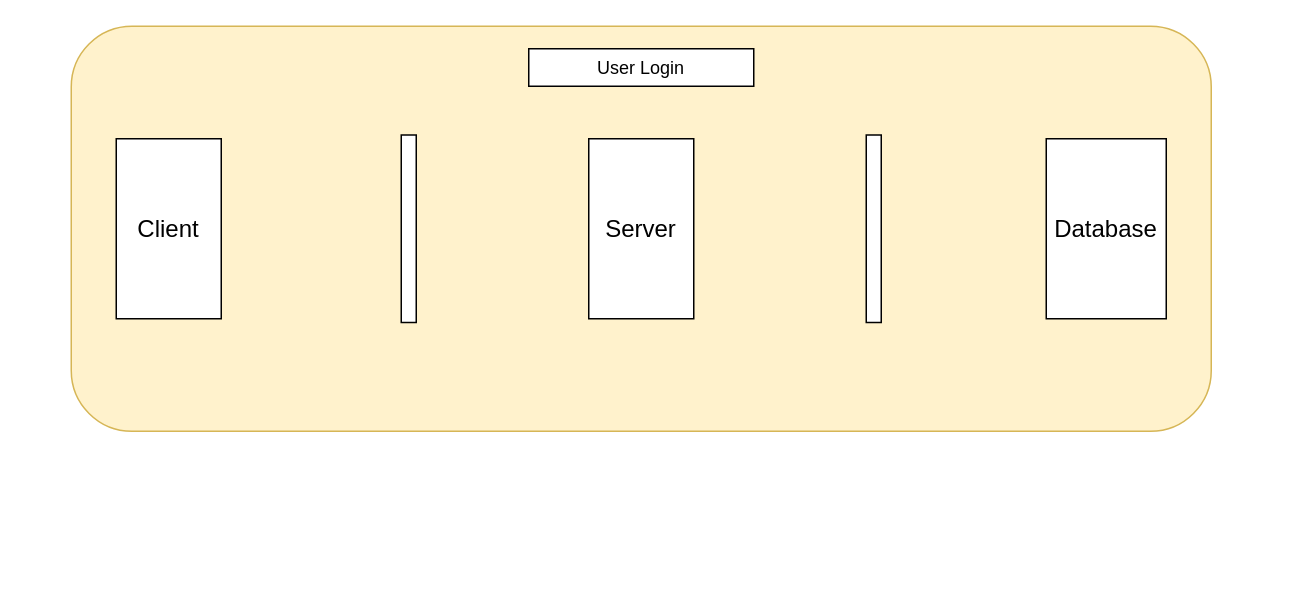
Before: Untitled Diagram.drawio in Bendavies96/T3A2-full-stack-app-part-a, a draw.io diagram. Source tidied: cells renumbered, new cells numbered last; positions are measured from the earlier drawing's top-left corner, leaving out a move shared by most shapes. Both pictures are drawn from the tidied source at 150%, with x=0, y=0 at pixel (70, 26).
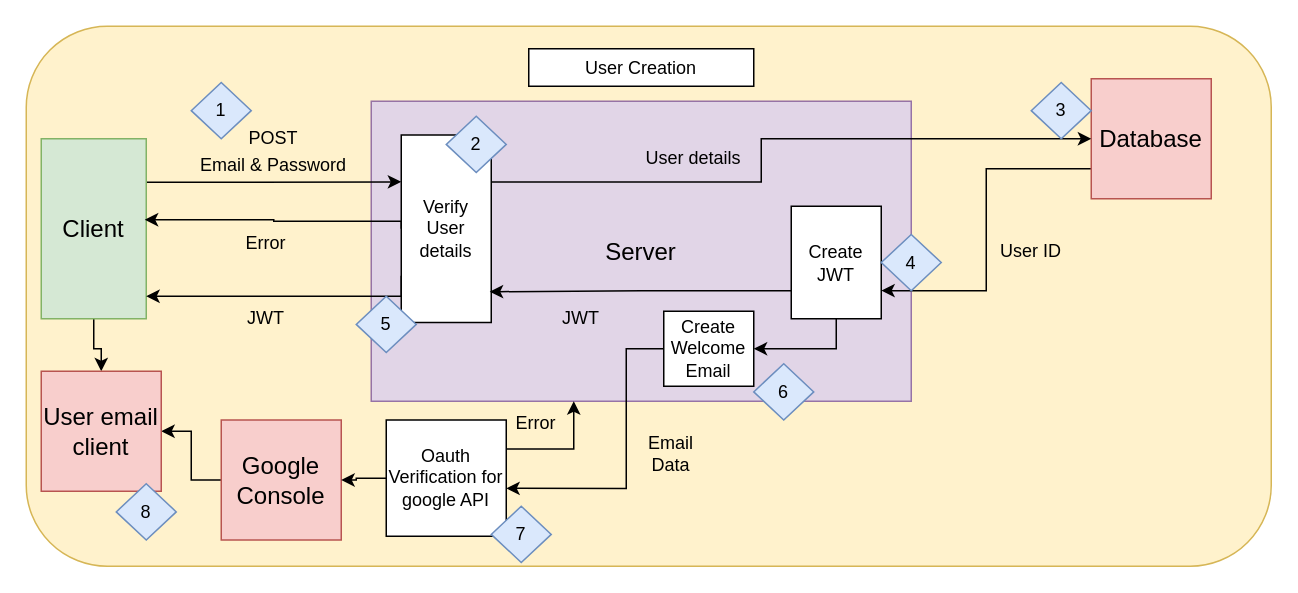
After the change.

What changed in the source:
```diff
@@
     <mxCell id="2" style="rounded=1;whiteSpace=wrap;html=1;fillColor=#fff2cc;strokeColor=#d6b656;" parent="1" vertex="1">
-      <mxGeometry width="760" height="270" as="geometry" />
+      <mxGeometry x="-30" width="830" height="360" as="geometry" />
     </mxCell>
+    <mxCell id="5" value="&lt;span style=&quot;font-size: 16px;&quot;&gt;Server&lt;/span&gt;" style="rounded=0;whiteSpace=wrap;html=1;fillColor=#e1d5e7;strokeColor=#9673a6;" parent="1" vertex="1">
+      <mxGeometry x="200" y="50" width="360" height="200" as="geometry" />
+    </mxCell>
+    <mxCell id="9" style="edgeStyle=orthogonalEdgeStyle;rounded=0;jettySize=auto;html=1;entryX=0;entryY=0.25;entryDx=0;entryDy=0;" parent="1" edge="1" source="3" target="7">
+      <mxGeometry relative="1" as="geometry">
+        <Array as="points">
+          <mxPoint x="90" y="104" />
+          <mxPoint x="90" y="104" />
+        </Array>
+      </mxGeometry>
+    </mxCell>
+    <mxCell id="10" style="edgeStyle=orthogonalEdgeStyle;rounded=0;jettySize=auto;html=1;" parent="1" edge="1" source="3" target="23">
+      <mxGeometry relative="1" as="geometry" />
+    </mxCell>
-    <mxCell id="3" value="&lt;span style=&quot;font-size: 16px;&quot;&gt;Client&lt;/span&gt;" style="rounded=0;whiteSpace=wrap;html=1;" parent="1" vertex="1">
-      <mxGeometry x="30" y="75" width="70" height="120" as="geometry" />
+    <mxCell id="3" value="&lt;span style=&quot;font-size: 16px;&quot;&gt;Client&lt;/span&gt;" style="rounded=0;whiteSpace=wrap;html=1;fillColor=#d5e8d4;strokeColor=#82b366;" parent="1" vertex="1">
+      <mxGeometry x="-20" y="75" width="70" height="120" as="geometry" />
     </mxCell>
-    <mxCell id="4" value="User Login" style="rounded=0;whiteSpace=wrap;html=1;" parent="1" vertex="1">
+    <mxCell id="4" value="User Creation" style="rounded=0;whiteSpace=wrap;html=1;" parent="1" vertex="1">
       <mxGeometry x="305" y="15" width="150" height="25" as="geometry" />
     </mxCell>
-    <mxCell id="5" value="&lt;span style=&quot;font-size: 16px;&quot;&gt;Server&lt;/span&gt;" style="rounded=0;whiteSpace=wrap;html=1;" parent="1" vertex="1">
-      <mxGeometry x="345" y="75" width="70" height="120" as="geometry" />
-    </mxCell>
+    <mxCell id="11" style="edgeStyle=orthogonalEdgeStyle;rounded=0;jettySize=auto;html=1;exitX=0;exitY=0.75;exitDx=0;exitDy=0;entryX=1;entryY=0.75;entryDx=0;entryDy=0;" parent="1" edge="1" source="6" target="8">
+      <mxGeometry relative="1" as="geometry" />
+    </mxCell>
-    <mxCell id="6" value="&lt;span style=&quot;font-size: 16px;&quot;&gt;Database&lt;/span&gt;" style="rounded=0;whiteSpace=wrap;html=1;" parent="1" vertex="1">
-      <mxGeometry x="650" y="75" width="80" height="120" as="geometry" />
+    <mxCell id="6" value="&lt;span style=&quot;font-size: 16px;&quot;&gt;Database&lt;/span&gt;" style="rounded=0;whiteSpace=wrap;html=1;fillColor=#f8cecc;strokeColor=#b85450;" parent="1" vertex="1">
+      <mxGeometry x="680" y="35" width="80" height="80" as="geometry" />
     </mxCell>
+    <mxCell id="12" style="edgeStyle=orthogonalEdgeStyle;rounded=0;jettySize=auto;html=1;exitX=1;exitY=0.25;exitDx=0;exitDy=0;entryX=0;entryY=0.5;entryDx=0;entryDy=0;" parent="1" edge="1" source="7" target="6">
+      <mxGeometry relative="1" as="geometry">
+        <Array as="points">
+          <mxPoint x="460" y="104" />
+          <mxPoint x="460" y="75" />
+        </Array>
+      </mxGeometry>
+    </mxCell>
+    <mxCell id="13" style="edgeStyle=orthogonalEdgeStyle;rounded=0;jettySize=auto;html=1;exitX=0;exitY=0.75;exitDx=0;exitDy=0;" parent="1" edge="1" source="7">
+      <mxGeometry relative="1" as="geometry">
+        <mxPoint x="50" y="180" as="targetPoint" />
+        <Array as="points">
+          <mxPoint x="220" y="180" />
+          <mxPoint x="50" y="180" />
+        </Array>
+      </mxGeometry>
+    </mxCell>
-    <mxCell id="7" style="rounded=0;whiteSpace=wrap;html=1;" parent="1" vertex="1">
-      <mxGeometry x="220" y="72.5" width="10" height="125" as="geometry" />
+    <mxCell id="7" value="Verify User details" style="rounded=0;whiteSpace=wrap;html=1;" parent="1" vertex="1">
+      <mxGeometry x="220" y="72.5" width="60" height="125" as="geometry" />
     </mxCell>
+    <mxCell id="14" style="edgeStyle=orthogonalEdgeStyle;rounded=0;jettySize=auto;html=1;exitX=0.5;exitY=1;exitDx=0;exitDy=0;" parent="1" edge="1" source="8" target="27">
+      <mxGeometry relative="1" as="geometry" />
+    </mxCell>
-    <mxCell id="8" style="rounded=0;whiteSpace=wrap;html=1;" parent="1" vertex="1">
-      <mxGeometry x="530" y="72.5" width="10" height="125" as="geometry" />
+    <mxCell id="8" value="Create JWT" style="rounded=0;whiteSpace=wrap;html=1;" parent="1" vertex="1">
+      <mxGeometry x="480" y="120" width="60" height="75" as="geometry" />
     </mxCell>
+    <mxCell id="15" value="POST" style="text;html=1;align=center;verticalAlign=middle;whiteSpace=wrap;rounded=0;" parent="1" vertex="1">
+      <mxGeometry x="105" y="60" width="60" height="30" as="geometry" />
+    </mxCell>
+    <mxCell id="16" value="Email &amp;amp; Password" style="text;html=1;align=center;verticalAlign=middle;whiteSpace=wrap;rounded=0;" parent="1" vertex="1">
+      <mxGeometry x="80" y="77.5" width="110" height="30" as="geometry" />
+    </mxCell>
+    <mxCell id="17" value="JWT" style="text;html=1;align=center;verticalAlign=middle;whiteSpace=wrap;rounded=0;" parent="1" vertex="1">
+      <mxGeometry x="100" y="180" width="60" height="30" as="geometry" />
+    </mxCell>
+    <mxCell id="18" value="1" style="rhombus;whiteSpace=wrap;html=1;fillColor=#dae8fc;strokeColor=#6c8ebf;" parent="1" vertex="1">
+      <mxGeometry x="80" y="37.5" width="40" height="37.5" as="geometry" />
+    </mxCell>
+    <mxCell id="19" value="2" style="rhombus;whiteSpace=wrap;html=1;fillColor=#dae8fc;strokeColor=#6c8ebf;" parent="1" vertex="1">
+      <mxGeometry x="250" y="60" width="40" height="37.5" as="geometry" />
+    </mxCell>
+    <mxCell id="20" value="User details" style="text;html=1;align=center;verticalAlign=middle;whiteSpace=wrap;rounded=0;" parent="1" vertex="1">
+      <mxGeometry x="360" y="72.5" width="110" height="30" as="geometry" />
+    </mxCell>
+    <mxCell id="21" style="edgeStyle=orthogonalEdgeStyle;rounded=0;jettySize=auto;html=1;" parent="1" edge="1" source="22" target="23">
+      <mxGeometry relative="1" as="geometry" />
+    </mxCell>
+    <mxCell id="22" value="&lt;span style=&quot;font-size: 16px;&quot;&gt;Google Console&lt;/span&gt;" style="rounded=0;whiteSpace=wrap;html=1;fillColor=#f8cecc;strokeColor=#b85450;" parent="1" vertex="1">
+      <mxGeometry x="100" y="262.5" width="80" height="80" as="geometry" />
+    </mxCell>
+    <mxCell id="23" value="&lt;span style=&quot;font-size: 16px;&quot;&gt;User email client&lt;/span&gt;" style="rounded=0;whiteSpace=wrap;html=1;fillColor=#f8cecc;strokeColor=#b85450;" parent="1" vertex="1">
+      <mxGeometry x="-20" y="230" width="80" height="80" as="geometry" />
+    </mxCell>
+    <mxCell id="24" style="edgeStyle=orthogonalEdgeStyle;rounded=0;jettySize=auto;html=1;exitX=0;exitY=0.5;exitDx=0;exitDy=0;entryX=0.986;entryY=0.45;entryDx=0;entryDy=0;entryPerimeter=0;" parent="1" edge="1" source="7" target="3">
+      <mxGeometry relative="1" as="geometry">
+        <Array as="points">
+          <mxPoint x="220" y="130" />
+          <mxPoint x="135" y="130" />
+          <mxPoint x="135" y="129" />
+        </Array>
+      </mxGeometry>
+    </mxCell>
+    <mxCell id="25" value="Error" style="text;html=1;align=center;verticalAlign=middle;whiteSpace=wrap;rounded=0;" parent="1" vertex="1">
+      <mxGeometry x="100" y="130" width="60" height="30" as="geometry" />
+    </mxCell>
+    <mxCell id="26" style="edgeStyle=orthogonalEdgeStyle;rounded=0;jettySize=auto;html=1;exitX=0;exitY=0.75;exitDx=0;exitDy=0;entryX=0.983;entryY=0.836;entryDx=0;entryDy=0;entryPerimeter=0;" parent="1" edge="1" source="8" target="7">
+      <mxGeometry relative="1" as="geometry" />
+    </mxCell>
+    <mxCell id="27" value="Create Welcome Email" style="rounded=0;whiteSpace=wrap;html=1;" parent="1" vertex="1">
+      <mxGeometry x="395" y="190" width="60" height="50" as="geometry" />
+    </mxCell>
+    <mxCell id="28" style="edgeStyle=orthogonalEdgeStyle;rounded=0;jettySize=auto;html=1;entryX=1;entryY=0.5;entryDx=0;entryDy=0;" parent="1" edge="1" source="29" target="22">
+      <mxGeometry relative="1" as="geometry" />
+    </mxCell>
+    <mxCell id="29" value="Oauth Verification for google API" style="rounded=0;whiteSpace=wrap;html=1;" parent="1" vertex="1">
+      <mxGeometry x="210" y="262.5" width="80" height="77.5" as="geometry" />
+    </mxCell>
+    <mxCell id="30" style="edgeStyle=orthogonalEdgeStyle;rounded=0;jettySize=auto;html=1;entryX=1;entryY=0.588;entryDx=0;entryDy=0;entryPerimeter=0;" parent="1" edge="1" source="27" target="29">
+      <mxGeometry relative="1" as="geometry">
+        <Array as="points">
+          <mxPoint x="370" y="215" />
+          <mxPoint x="370" y="308" />
+        </Array>
+      </mxGeometry>
+    </mxCell>
+    <mxCell id="31" value="JWT" style="text;html=1;align=center;verticalAlign=middle;whiteSpace=wrap;rounded=0;" parent="1" vertex="1">
+      <mxGeometry x="310" y="180" width="60" height="30" as="geometry" />
+    </mxCell>
+    <mxCell id="32" style="edgeStyle=orthogonalEdgeStyle;rounded=0;jettySize=auto;html=1;exitX=1;exitY=0.25;exitDx=0;exitDy=0;entryX=0.375;entryY=1;entryDx=0;entryDy=0;entryPerimeter=0;" parent="1" edge="1" source="29" target="5">
+      <mxGeometry relative="1" as="geometry" />
+    </mxCell>
+    <mxCell id="33" value="Error" style="text;html=1;align=center;verticalAlign=middle;whiteSpace=wrap;rounded=0;" parent="1" vertex="1">
+      <mxGeometry x="280" y="250" width="60" height="30" as="geometry" />
+    </mxCell>
+    <mxCell id="34" value="Email Data" style="text;html=1;align=center;verticalAlign=middle;whiteSpace=wrap;rounded=0;" parent="1" vertex="1">
+      <mxGeometry x="370" y="270" width="60" height="30" as="geometry" />
+    </mxCell>
+    <mxCell id="35" value="User ID" style="text;html=1;align=center;verticalAlign=middle;whiteSpace=wrap;rounded=0;" parent="1" vertex="1">
+      <mxGeometry x="610" y="135" width="60" height="30" as="geometry" />
+    </mxCell>
+    <mxCell id="36" value="3" style="rhombus;whiteSpace=wrap;html=1;fillColor=#dae8fc;strokeColor=#6c8ebf;" parent="1" vertex="1">
+      <mxGeometry x="640" y="37.5" width="40" height="37.5" as="geometry" />
+    </mxCell>
+    <mxCell id="37" value="4" style="rhombus;whiteSpace=wrap;html=1;fillColor=#dae8fc;strokeColor=#6c8ebf;" parent="1" vertex="1">
+      <mxGeometry x="540" y="138.8" width="40" height="37.5" as="geometry" />
+    </mxCell>
+    <mxCell id="38" value="6" style="rhombus;whiteSpace=wrap;html=1;fillColor=#dae8fc;strokeColor=#6c8ebf;" parent="1" vertex="1">
+      <mxGeometry x="455" y="225" width="40" height="37.5" as="geometry" />
+    </mxCell>
+    <mxCell id="39" value="5" style="rhombus;whiteSpace=wrap;html=1;fillColor=#dae8fc;strokeColor=#6c8ebf;" parent="1" vertex="1">
+      <mxGeometry x="190" y="180" width="40" height="37.5" as="geometry" />
+    </mxCell>
+    <mxCell id="40" value="7" style="rhombus;whiteSpace=wrap;html=1;fillColor=#dae8fc;strokeColor=#6c8ebf;" parent="1" vertex="1">
+      <mxGeometry x="280" y="320" width="40" height="37.5" as="geometry" />
+    </mxCell>
+    <mxCell id="41" value="8" style="rhombus;whiteSpace=wrap;html=1;fillColor=#dae8fc;strokeColor=#6c8ebf;" parent="1" vertex="1">
+      <mxGeometry x="30" y="305" width="40" height="37.5" as="geometry" />
+    </mxCell>
```
